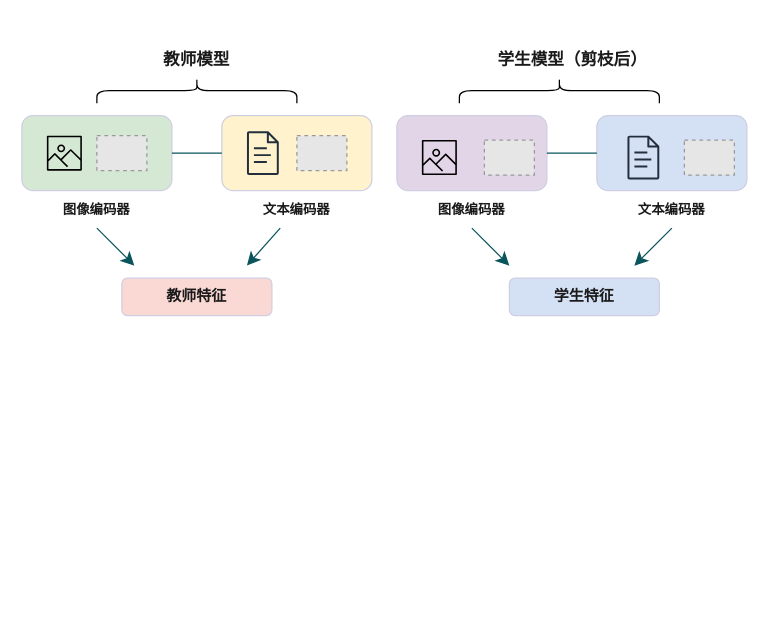
Earlier version of the draw.io diagram page "第 3 页" (3 of 3) of 未命名绘图.drawio (luailezhihang/people-machine2). Source tidied: cells renumbered, new cells numbered last; positions are measured from the earlier drawing's top-left corner, leaving out a move shared by most shapes. Both pictures are drawn from the tidied source at 125%, with x=0, y=0 at pixel (21, 40). Pictures stored in the file or linked from it are replaced by grey dashed boxes.
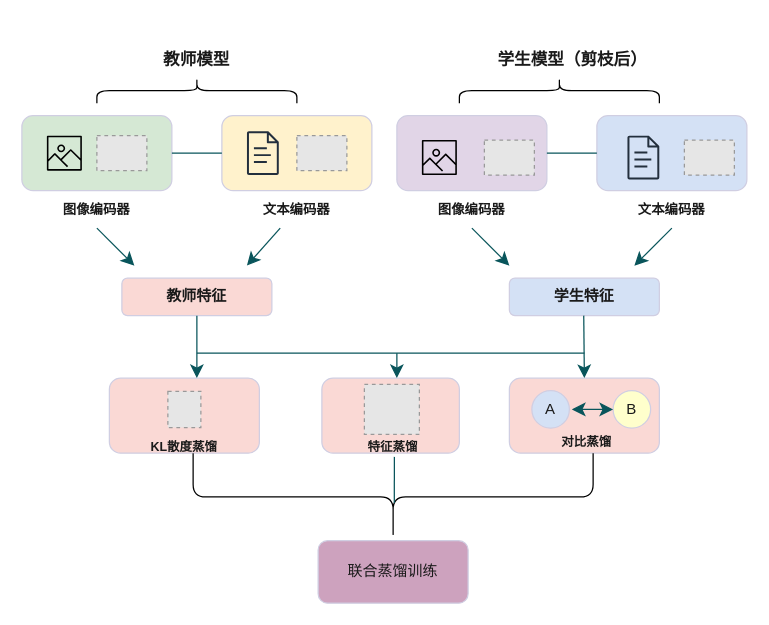
The same diagram, later.

Commit message:
更新未命名绘图.drawio

Unchanged cells that the change refers to:
```xml
<mxCell id="17" value="&lt;b&gt;教师特征&lt;/b&gt;" style="rounded=1;whiteSpace=wrap;html=1;strokeColor=#D0CEE2;fontColor=#1A1A1A;fillColor=#FAD9D5;" parent="1" vertex="1">
  <mxGeometry x="80" y="190" width="120" height="30" as="geometry" />
</mxCell>
```

What changed in the source:
```diff
@@
+    <mxCell id="30" style="rounded=1;whiteSpace=wrap;html=1;strokeColor=#D0CEE2;fontColor=#1A1A1A;fillColor=#FAD9D5;" parent="1" vertex="1">
+      <mxGeometry x="70" y="270" width="120" height="60" as="geometry" />
+    </mxCell>
+    <mxCell id="31" value="&lt;span style=&quot;color: rgba(0, 0, 0, 0); font-family: monospace; font-size: 0px; text-align: start; text-wrap-mode: nowrap;&quot;&gt;特征蒸馏&lt;/span&gt;" style="rounded=1;whiteSpace=wrap;html=1;strokeColor=#D0CEE2;fontColor=#1A1A1A;fillColor=#FAD9D5;" parent="1" vertex="1">
+      <mxGeometry x="240" y="270" width="110" height="60" as="geometry" />
+    </mxCell>
+    <mxCell id="32" style="rounded=1;whiteSpace=wrap;html=1;strokeColor=#D0CEE2;fontColor=#1A1A1A;fillColor=#FAD9D5;" parent="1" vertex="1">
+      <mxGeometry x="390" y="270" width="120" height="60" as="geometry" />
+    </mxCell>
+    <mxCell id="33" style="endArrow=classic;html=1;rounded=0;strokeColor=#09555B;fontSize=12;fontColor=#1A1A1A;startSize=8;endSize=8;curved=1;exitX=0.5;exitY=1;exitDx=0;exitDy=0;" parent="1" edge="1" source="17">
+      <mxGeometry relative="1" as="geometry">
+        <mxPoint x="140" y="270" as="targetPoint" />
+      </mxGeometry>
+    </mxCell>
+    <mxCell id="34" style="endArrow=classic;html=1;rounded=0;strokeColor=#09555B;fontSize=12;fontColor=#1A1A1A;startSize=8;endSize=8;curved=1;exitX=0.5;exitY=1;exitDx=0;exitDy=0;" parent="1" edge="1">
+      <mxGeometry relative="1" as="geometry">
+        <mxPoint x="449.5" y="220" as="sourcePoint" />
+        <mxPoint x="450" y="270" as="targetPoint" />
+      </mxGeometry>
+    </mxCell>
+    <mxCell id="35" style="endArrow=none;html=1;rounded=0;strokeColor=#09555B;fontSize=12;fontColor=#1A1A1A;startSize=8;endSize=8;curved=1;" parent="1" edge="1">
+      <mxGeometry relative="1" as="geometry">
+        <mxPoint x="140" y="250" as="sourcePoint" />
+        <mxPoint x="450" y="250" as="targetPoint" />
+      </mxGeometry>
+    </mxCell>
+    <mxCell id="36" style="endArrow=classic;html=1;rounded=0;strokeColor=#09555B;fontSize=12;fontColor=#1A1A1A;startSize=8;endSize=8;curved=1;" parent="1" edge="1">
+      <mxGeometry relative="1" as="geometry">
+        <mxPoint x="300" y="250" as="sourcePoint" />
+        <mxPoint x="300" y="270" as="targetPoint" />
+      </mxGeometry>
+    </mxCell>
+    <mxCell id="37" style="shape=curlyBracket;whiteSpace=wrap;html=1;rounded=1;labelPosition=left;verticalLabelPosition=middle;align=right;verticalAlign=middle;strokeColor=#000000;fontColor=#1A1A1A;fillColor=#FAD9D5;direction=north;" parent="1" vertex="1">
+      <mxGeometry x="137" y="330" width="320" height="70" as="geometry" />
+    </mxCell>
+    <mxCell id="38" style="endArrow=none;html=1;rounded=0;strokeColor=#09555B;fontSize=12;fontColor=#1A1A1A;startSize=8;endSize=8;curved=1;entryX=0.429;entryY=0.503;entryDx=0;entryDy=0;entryPerimeter=0;" parent="1" edge="1" target="37">
+      <mxGeometry relative="1" as="geometry">
+        <mxPoint x="298" y="333" as="sourcePoint" />
+      </mxGeometry>
+    </mxCell>
+    <mxCell id="39" value="联合蒸馏训练" style="rounded=1;whiteSpace=wrap;html=1;strokeColor=#D0CEE2;fontColor=#1A1A1A;fillColor=#CDA2BE;" parent="1" vertex="1">
+      <mxGeometry x="237" y="400" width="120" height="50" as="geometry" />
+    </mxCell>
+    <mxCell id="40" value="&lt;h6 style=&quot;text-align: center;&quot;&gt;&lt;font style=&quot;font-size: 10px;&quot;&gt;对比蒸馏&lt;/font&gt;&lt;/h6&gt;" style="text;whiteSpace=wrap;html=1;fontColor=#1A1A1A;" parent="1" vertex="1">
+      <mxGeometry x="430" y="290" width="88" height="20" as="geometry" />
+    </mxCell>
+    <mxCell id="41" value="A" style="ellipse;whiteSpace=wrap;html=1;strokeColor=#D0CEE2;fontColor=#1A1A1A;fillColor=#D4E1F5;" parent="1" vertex="1">
+      <mxGeometry x="408" y="280" width="30" height="30" as="geometry" />
+    </mxCell>
+    <mxCell id="42" value="B" style="ellipse;whiteSpace=wrap;html=1;strokeColor=#D0CEE2;fontColor=#1A1A1A;fillColor=#FFFFCC;" parent="1" vertex="1">
+      <mxGeometry x="473" y="280" width="30" height="30" as="geometry" />
+    </mxCell>
+    <mxCell id="43" style="endArrow=classic;startArrow=classic;html=1;rounded=0;strokeColor=#09555B;fontSize=12;fontColor=#1A1A1A;startSize=8;endSize=8;curved=1;entryX=0;entryY=0.5;entryDx=0;entryDy=0;" parent="1" edge="1" target="42">
+      <mxGeometry relative="1" as="geometry">
+        <mxPoint x="440" y="295" as="sourcePoint" />
+      </mxGeometry>
+    </mxCell>
+    <mxCell id="44" value="&lt;h6&gt;&lt;font style=&quot;font-size: 10px;&quot;&gt;特征蒸馏&lt;/font&gt;&lt;/h6&gt;" style="text;html=1;whiteSpace=wrap;strokeColor=none;fillColor=none;align=center;verticalAlign=middle;rounded=0;fontSize=16;fontColor=#1A1A1A;" parent="1" vertex="1">
+      <mxGeometry x="267" y="310" width="60" height="30" as="geometry" />
+    </mxCell>
+    <mxCell id="45" style="fillColor=#E6E6E6;strokeColor=#999999;dashed=1;verticalLabelPosition=bottom;labelBackgroundColor=default;verticalAlign=top;" parent="1" vertex="1">
+      <mxGeometry x="116.8" y="280.5" width="26.4" height="29" as="geometry" />
+    </mxCell>
+    <mxCell id="46" value="&lt;h6&gt;&lt;font style=&quot;font-size: 10px;&quot;&gt;KL散度蒸馏&lt;/font&gt;&lt;/h6&gt;" style="text;html=1;whiteSpace=wrap;strokeColor=none;fillColor=none;align=center;verticalAlign=middle;rounded=0;fontSize=16;fontColor=#1A1A1A;" parent="1" vertex="1">
+      <mxGeometry x="100" y="310" width="60" height="30" as="geometry" />
+    </mxCell>
+    <mxCell id="47" style="fillColor=#E6E6E6;strokeColor=#999999;dashed=1;verticalLabelPosition=bottom;labelBackgroundColor=default;verticalAlign=top;" parent="1" vertex="1">
+      <mxGeometry x="274" y="275" width="44" height="40" as="geometry" />
+    </mxCell>
```
